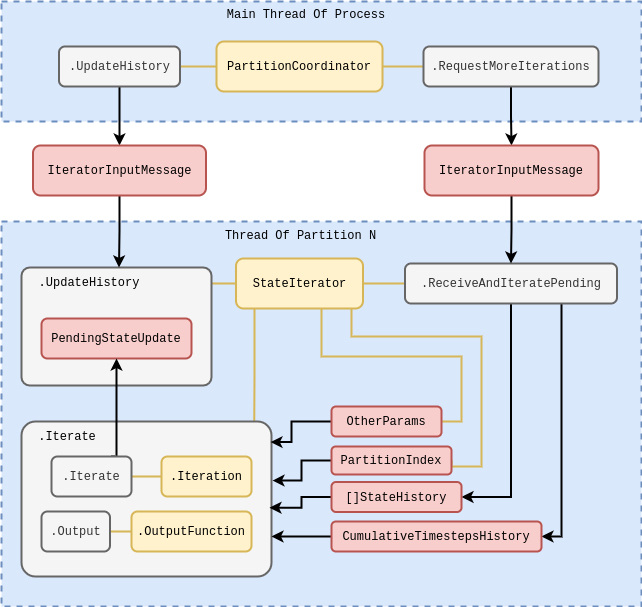
Above: assets/stochadexI/stochadexI-stochadex-loop.drawio.png in umbralcalc/umbralcalc.github.io (draw.io), before the change. Source tidied: cells renumbered, new cells last; positions are measured from the earlier drawing's top-left corner, leaving out a move shared by most shapes.
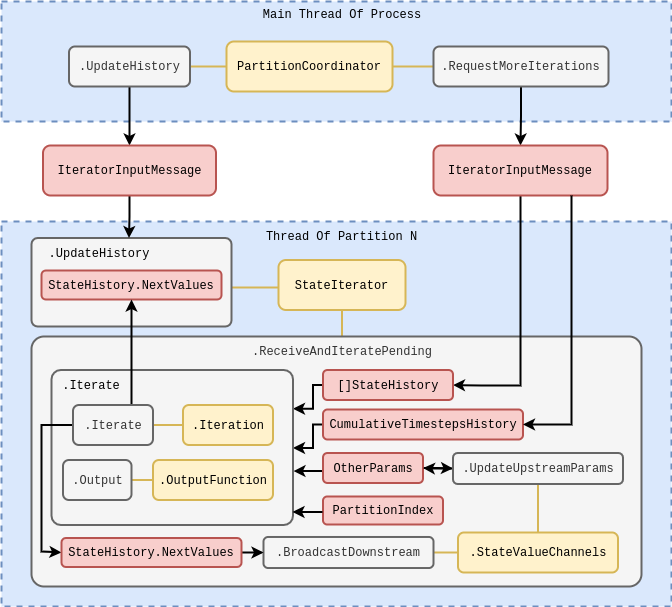
After the commit.

What changed in the source:
```diff
@@ -4,8 +4,8 @@
     <mxCell id="1" parent="0" />
-    <mxCell id="2" style="rounded=0;whiteSpace=wrap;html=1;dashed=1;strokeWidth=2;fillColor=#dae8fc;strokeColor=#6c8ebf;" parent="1" vertex="1">
-      <mxGeometry y="220" width="640" height="385" as="geometry" />
-    </mxCell>
-    <mxCell id="3" style="rounded=0;whiteSpace=wrap;html=1;dashed=1;strokeWidth=2;fillColor=#dae8fc;strokeColor=#6c8ebf;" parent="1" vertex="1">
-      <mxGeometry width="640" height="120" as="geometry" />
-    </mxCell>
+    <mxCell id="46" style="rounded=0;whiteSpace=wrap;html=1;dashed=1;strokeWidth=2;fillColor=#dae8fc;strokeColor=#6c8ebf;" parent="1" vertex="1">
+      <mxGeometry x="-10" y="220" width="670" height="385" as="geometry" />
+    </mxCell>
+    <mxCell id="47" style="rounded=0;whiteSpace=wrap;html=1;dashed=1;strokeWidth=2;fillColor=#dae8fc;strokeColor=#6c8ebf;" parent="1" vertex="1">
+      <mxGeometry x="-10" width="670" height="120" as="geometry" />
+    </mxCell>
     <mxCell id="4" value="&lt;font face=&quot;Courier New&quot;&gt;PartitionCoordinator&lt;/font&gt;" style="rounded=1;whiteSpace=wrap;html=1;fillColor=#fff2cc;strokeColor=#d6b656;strokeWidth=2;" parent="1" vertex="1">
@@ -13,5 +13,2 @@
     </mxCell>
-    <mxCell id="5" style="edgeStyle=orthogonalEdgeStyle;rounded=0;jettySize=auto;html=1;strokeWidth=2;" parent="1" edge="1" source="36" target="20">
-      <mxGeometry relative="1" as="geometry" />
-    </mxCell>
     <mxCell id="6" style="edgeStyle=orthogonalEdgeStyle;rounded=0;jettySize=auto;html=1;entryX=0.5;entryY=0;entryDx=0;entryDy=0;strokeWidth=2;" parent="1" edge="1" source="37" target="25">
@@ -20,3 +17,3 @@
     <mxCell id="7" value="&lt;font face=&quot;Courier New&quot;&gt;Main Thread Of Process&lt;/font&gt;" style="text;html=1;strokeColor=none;fillColor=none;align=center;verticalAlign=middle;whiteSpace=wrap;rounded=0;" parent="1" vertex="1">
-      <mxGeometry x="180" width="250" height="25" as="geometry" />
+      <mxGeometry x="205.5" width="250" height="25" as="geometry" />
     </mxCell>
@@ -28,71 +25,21 @@
     </mxCell>
-    <mxCell id="10" style="edgeStyle=orthogonalEdgeStyle;rounded=0;jettySize=auto;html=1;exitX=1;exitY=0.5;exitDx=0;exitDy=0;entryX=0;entryY=0.5;entryDx=0;entryDy=0;strokeWidth=2;endArrow=none;endFill=0;fillColor=#fff2cc;strokeColor=#d6b656;" parent="1" edge="1" source="15" target="18">
+    <mxCell id="10" style="edgeStyle=orthogonalEdgeStyle;rounded=0;jettySize=auto;html=1;exitX=0.5;exitY=1;exitDx=0;exitDy=0;entryX=0.5;entryY=0;entryDx=0;entryDy=0;strokeWidth=2;endArrow=none;endFill=0;fillColor=#fff2cc;strokeColor=#d6b656;" parent="1" edge="1" source="15" target="18">
       <mxGeometry relative="1" as="geometry" />
     </mxCell>
-    <mxCell id="11" style="edgeStyle=orthogonalEdgeStyle;rounded=0;jettySize=auto;html=1;strokeWidth=2;endArrow=none;endFill=0;fillColor=#fff2cc;strokeColor=#d6b656;entryX=0.931;entryY=0.007;entryDx=0;entryDy=0;entryPerimeter=0;" parent="1" edge="1" source="15" target="23">
-      <mxGeometry relative="1" as="geometry">
-        <Array as="points">
-          <mxPoint x="253" y="375" />
-          <mxPoint x="253" y="375" />
-        </Array>
-      </mxGeometry>
-    </mxCell>
-    <mxCell id="12" style="edgeStyle=orthogonalEdgeStyle;rounded=0;jettySize=auto;html=1;entryX=1;entryY=0.5;entryDx=0;entryDy=0;endArrow=none;endFill=0;strokeWidth=2;fillColor=#fff2cc;strokeColor=#d6b656;" parent="1" edge="1" source="15" target="27">
-      <mxGeometry relative="1" as="geometry">
-        <Array as="points">
-          <mxPoint x="320" y="355" />
-          <mxPoint x="460" y="355" />
-          <mxPoint x="460" y="420" />
-        </Array>
-      </mxGeometry>
-    </mxCell>
-    <mxCell id="13" style="edgeStyle=orthogonalEdgeStyle;rounded=0;jettySize=auto;html=1;entryX=1;entryY=0.5;entryDx=0;entryDy=0;strokeWidth=2;endArrow=none;endFill=0;fillColor=#fff2cc;strokeColor=#d6b656;" parent="1" edge="1" source="15" target="29">
-      <mxGeometry relative="1" as="geometry">
-        <Array as="points">
-          <mxPoint x="350" y="335" />
-          <mxPoint x="480" y="335" />
-          <mxPoint x="480" y="465" />
-          <mxPoint x="450" y="465" />
-        </Array>
-      </mxGeometry>
-    </mxCell>
-    <mxCell id="14" style="edgeStyle=orthogonalEdgeStyle;rounded=0;jettySize=auto;html=1;fillColor=#fff2cc;strokeColor=#d6b656;strokeWidth=2;endArrow=none;endFill=0;" parent="1" edge="1" source="15" target="22">
-      <mxGeometry relative="1" as="geometry">
-        <Array as="points">
-          <mxPoint x="230" y="282" />
-          <mxPoint x="230" y="282" />
-        </Array>
-      </mxGeometry>
-    </mxCell>
+    <mxCell id="48" style="edgeStyle=orthogonalEdgeStyle;rounded=0;jettySize=auto;html=1;fillColor=#fff2cc;strokeColor=#d6b656;strokeWidth=2;endArrow=none;endFill=0;exitX=0;exitY=0.5;exitDx=0;exitDy=0;" parent="1" edge="1" source="15" target="49">
+      <mxGeometry relative="1" as="geometry">
+        <Array as="points">
+          <mxPoint x="270" y="286" />
+        </Array>
+      </mxGeometry>
+    </mxCell>
     <mxCell id="15" value="&lt;font face=&quot;Courier New&quot;&gt;StateIterator&lt;/font&gt;" style="rounded=1;whiteSpace=wrap;html=1;fillColor=#fff2cc;strokeColor=#d6b656;strokeWidth=2;" parent="1" vertex="1">
-      <mxGeometry x="234.5" y="257" width="127" height="50" as="geometry" />
+      <mxGeometry x="267" y="258.5" width="127" height="50" as="geometry" />
     </mxCell>
-    <mxCell id="16" style="edgeStyle=orthogonalEdgeStyle;rounded=0;jettySize=auto;html=1;entryX=1;entryY=0.5;entryDx=0;entryDy=0;strokeWidth=2;" parent="1" edge="1" source="18" target="31">
-      <mxGeometry relative="1" as="geometry" />
-    </mxCell>
-    <mxCell id="17" style="edgeStyle=orthogonalEdgeStyle;rounded=0;jettySize=auto;html=1;entryX=1;entryY=0.5;entryDx=0;entryDy=0;strokeWidth=2;" parent="1" edge="1" source="18" target="33">
-      <mxGeometry relative="1" as="geometry">
-        <Array as="points">
-          <mxPoint x="560" y="535" />
-        </Array>
-      </mxGeometry>
-    </mxCell>
-    <mxCell id="18" value="&lt;font style=&quot;&quot; face=&quot;Courier New&quot;&gt;.ReceiveAndIteratePending&lt;/font&gt;" style="rounded=1;whiteSpace=wrap;html=1;strokeWidth=2;fillColor=#f5f5f5;fontColor=#333333;strokeColor=#666666;" parent="1" vertex="1">
-      <mxGeometry x="403.5" y="262" width="212" height="40" as="geometry" />
-    </mxCell>
-    <mxCell id="19" style="edgeStyle=orthogonalEdgeStyle;rounded=0;jettySize=auto;html=1;strokeWidth=2;" parent="1" edge="1" source="20" target="18">
-      <mxGeometry relative="1" as="geometry" />
-    </mxCell>
-    <mxCell id="20" value="&lt;font face=&quot;Courier New&quot;&gt;IteratorInputMessage&lt;/font&gt;" style="rounded=1;whiteSpace=wrap;html=1;fillColor=#f8cecc;strokeColor=#b85450;strokeWidth=2;" parent="1" vertex="1">
-      <mxGeometry x="423" y="144" width="174" height="50" as="geometry" />
-    </mxCell>
     <mxCell id="21" value="&lt;font face=&quot;Courier New&quot;&gt;Thread Of Partition N&lt;/font&gt;" style="text;html=1;strokeColor=none;fillColor=none;align=center;verticalAlign=middle;whiteSpace=wrap;rounded=0;" parent="1" vertex="1">
-      <mxGeometry x="218" y="218.5" width="163" height="30" as="geometry" />
+      <mxGeometry x="249" y="220" width="163" height="30" as="geometry" />
     </mxCell>
-    <mxCell id="22" style="rounded=1;whiteSpace=wrap;html=1;strokeWidth=2;fillColor=#f5f5f5;fontColor=#333333;strokeColor=#666666;arcSize=7;" parent="1" vertex="1">
-      <mxGeometry x="20" y="266" width="190" height="118" as="geometry" />
-    </mxCell>
-    <mxCell id="23" style="rounded=1;whiteSpace=wrap;html=1;strokeWidth=2;fillColor=#f5f5f5;strokeColor=#666666;fontColor=#333333;arcSize=9;" parent="1" vertex="1">
-      <mxGeometry x="20" y="420" width="250" height="155" as="geometry" />
-    </mxCell>
+    <mxCell id="49" style="rounded=1;whiteSpace=wrap;html=1;strokeWidth=2;fillColor=#f5f5f5;fontColor=#333333;strokeColor=#666666;arcSize=7;" parent="1" vertex="1">
+      <mxGeometry x="20" y="236.5" width="200" height="88.5" as="geometry" />
+    </mxCell>
     <mxCell id="24" style="edgeStyle=orthogonalEdgeStyle;rounded=0;jettySize=auto;html=1;strokeWidth=2;entryX=1;entryY=0;entryDx=0;entryDy=0;" parent="1" edge="1" source="25" target="35">
@@ -103,44 +50,11 @@
     </mxCell>
-    <mxCell id="26" style="edgeStyle=orthogonalEdgeStyle;rounded=0;jettySize=auto;html=1;exitX=0;exitY=0.5;exitDx=0;exitDy=0;entryX=0.996;entryY=0.133;entryDx=0;entryDy=0;strokeWidth=2;entryPerimeter=0;" parent="1" edge="1" source="27" target="23">
-      <mxGeometry relative="1" as="geometry">
-        <Array as="points">
-          <mxPoint x="290" y="420" />
-          <mxPoint x="290" y="441" />
-        </Array>
-      </mxGeometry>
-    </mxCell>
-    <mxCell id="27" value="&lt;font face=&quot;Courier New&quot;&gt;OtherParams&lt;/font&gt;" style="rounded=1;whiteSpace=wrap;html=1;fillColor=#f8cecc;strokeColor=#b85450;strokeWidth=2;" parent="1" vertex="1">
-      <mxGeometry x="330" y="405" width="110" height="30" as="geometry" />
-    </mxCell>
-    <mxCell id="28" style="edgeStyle=orthogonalEdgeStyle;rounded=0;jettySize=auto;html=1;strokeWidth=2;exitX=0;exitY=0.5;exitDx=0;exitDy=0;entryX=1.004;entryY=0.381;entryDx=0;entryDy=0;entryPerimeter=0;" parent="1" edge="1" source="29" target="23">
-      <mxGeometry relative="1" as="geometry">
-        <Array as="points">
-          <mxPoint x="300" y="459" />
-          <mxPoint x="300" y="479" />
-        </Array>
-      </mxGeometry>
-    </mxCell>
-    <mxCell id="29" value="&lt;font face=&quot;Courier New&quot;&gt;PartitionIndex&lt;/font&gt;" style="rounded=1;whiteSpace=wrap;html=1;fillColor=#f8cecc;strokeColor=#b85450;strokeWidth=2;" parent="1" vertex="1">
-      <mxGeometry x="330" y="445" width="120" height="28" as="geometry" />
-    </mxCell>
-    <mxCell id="30" style="edgeStyle=orthogonalEdgeStyle;rounded=0;jettySize=auto;html=1;entryX=0.992;entryY=0.556;entryDx=0;entryDy=0;entryPerimeter=0;strokeWidth=2;" parent="1" edge="1" source="31" target="23">
-      <mxGeometry relative="1" as="geometry" />
-    </mxCell>
-    <mxCell id="31" value="&lt;font face=&quot;Courier New&quot;&gt;[]StateHistory&lt;/font&gt;" style="rounded=1;whiteSpace=wrap;html=1;fillColor=#f8cecc;strokeColor=#b85450;strokeWidth=2;" parent="1" vertex="1">
-      <mxGeometry x="330" y="480.5" width="130" height="30" as="geometry" />
-    </mxCell>
-    <mxCell id="32" style="edgeStyle=orthogonalEdgeStyle;rounded=0;jettySize=auto;html=1;strokeWidth=2;" parent="1" edge="1" source="33">
-      <mxGeometry relative="1" as="geometry">
-        <mxPoint x="270" y="535" as="targetPoint" />
-      </mxGeometry>
-    </mxCell>
-    <mxCell id="33" value="&lt;span style=&quot;font-family: &amp;quot;Courier New&amp;quot;;&quot;&gt;CumulativeTimestepsHistory&lt;/span&gt;" style="rounded=1;whiteSpace=wrap;html=1;fillColor=#f8cecc;strokeColor=#b85450;strokeWidth=2;" parent="1" vertex="1">
-      <mxGeometry x="330" y="520" width="210" height="30" as="geometry" />
-    </mxCell>
-    <mxCell id="34" value="&lt;font face=&quot;Courier New&quot;&gt;PendingStateUpdate&lt;/font&gt;" style="rounded=1;whiteSpace=wrap;html=1;fillColor=#f8cecc;strokeColor=#b85450;strokeWidth=2;" parent="1" vertex="1">
-      <mxGeometry x="40" y="317" width="150" height="40" as="geometry" />
-    </mxCell>
+    <mxCell id="50" value="&lt;font face=&quot;Courier New&quot;&gt;StateHistory.NextValues&lt;/font&gt;" style="rounded=1;whiteSpace=wrap;html=1;fillColor=#f8cecc;strokeColor=#b85450;strokeWidth=2;" parent="1" vertex="1">
+      <mxGeometry x="30" y="269" width="180" height="29" as="geometry" />
+    </mxCell>
     <mxCell id="35" value="&lt;font face=&quot;Courier New&quot;&gt;.UpdateHistory&lt;/font&gt;" style="text;html=1;strokeColor=none;fillColor=none;align=center;verticalAlign=middle;whiteSpace=wrap;rounded=0;" parent="1" vertex="1">
-      <mxGeometry x="57.5" y="266" width="60" height="30" as="geometry" />
+      <mxGeometry x="57.5" y="236.5" width="60" height="30" as="geometry" />
     </mxCell>
+    <mxCell id="5" style="edgeStyle=orthogonalEdgeStyle;rounded=0;jettySize=auto;html=1;strokeWidth=2;" parent="1" edge="1" source="36" target="20">
+      <mxGeometry relative="1" as="geometry" />
+    </mxCell>
     <mxCell id="36" value="&lt;font style=&quot;&quot; face=&quot;Courier New&quot;&gt;.RequestMoreIterations&lt;/font&gt;" style="rounded=1;whiteSpace=wrap;html=1;strokeWidth=2;fillColor=#f5f5f5;fontColor=#333333;strokeColor=#666666;" parent="1" vertex="1">
@@ -151,4 +65,82 @@
     </mxCell>
+    <mxCell id="51" style="rounded=1;whiteSpace=wrap;html=1;strokeWidth=2;fillColor=#f5f5f5;strokeColor=#666666;fontColor=#333333;arcSize=5;" parent="1" vertex="1">
+      <mxGeometry x="20" y="335" width="610" height="250" as="geometry" />
+    </mxCell>
+    <mxCell id="18" value="&lt;span style=&quot;color: rgb(51, 51, 51); font-family: &amp;quot;Courier New&amp;quot;;&quot;&gt;.ReceiveAndIteratePending&lt;/span&gt;" style="text;html=1;strokeColor=none;fillColor=none;align=center;verticalAlign=middle;whiteSpace=wrap;rounded=0;" parent="1" vertex="1">
+      <mxGeometry x="240.5" y="335" width="180" height="30" as="geometry" />
+    </mxCell>
+    <mxCell id="52" style="edgeStyle=orthogonalEdgeStyle;rounded=0;jettySize=auto;html=1;entryX=1;entryY=0.5;entryDx=0;entryDy=0;strokeWidth=2;exitX=0.5;exitY=1;exitDx=0;exitDy=0;" parent="1" edge="1" source="20" target="31">
+      <mxGeometry relative="1" as="geometry">
+        <Array as="points">
+          <mxPoint x="509" y="384" />
+          <mxPoint x="470" y="384" />
+        </Array>
+      </mxGeometry>
+    </mxCell>
+    <mxCell id="20" value="&lt;font face=&quot;Courier New&quot;&gt;IteratorInputMessage&lt;/font&gt;" style="rounded=1;whiteSpace=wrap;html=1;fillColor=#f8cecc;strokeColor=#b85450;strokeWidth=2;" parent="1" vertex="1">
+      <mxGeometry x="422" y="144" width="174" height="50" as="geometry" />
+    </mxCell>
+    <mxCell id="53" style="edgeStyle=orthogonalEdgeStyle;rounded=0;jettySize=auto;html=1;entryX=1;entryY=0.25;entryDx=0;entryDy=0;strokeWidth=2;" parent="1" edge="1" source="31" target="62">
+      <mxGeometry relative="1" as="geometry">
+        <Array as="points">
+          <mxPoint x="301.5" y="383.5" />
+          <mxPoint x="301.5" y="407.5" />
+        </Array>
+      </mxGeometry>
+    </mxCell>
+    <mxCell id="31" value="&lt;font face=&quot;Courier New&quot;&gt;[]StateHistory&lt;/font&gt;" style="rounded=1;whiteSpace=wrap;html=1;fillColor=#f8cecc;strokeColor=#b85450;strokeWidth=2;" parent="1" vertex="1">
+      <mxGeometry x="311.5" y="368.5" width="130" height="30" as="geometry" />
+    </mxCell>
+    <mxCell id="54" style="edgeStyle=orthogonalEdgeStyle;rounded=0;jettySize=auto;html=1;strokeWidth=2;" parent="1" edge="1" source="33" target="62">
+      <mxGeometry relative="1" as="geometry">
+        <Array as="points">
+          <mxPoint x="301.5" y="423.5" />
+          <mxPoint x="301.5" y="446.5" />
+        </Array>
+      </mxGeometry>
+    </mxCell>
+    <mxCell id="33" value="&lt;span style=&quot;font-family: &amp;quot;Courier New&amp;quot;;&quot;&gt;CumulativeTimestepsHistory&lt;/span&gt;" style="rounded=1;whiteSpace=wrap;html=1;fillColor=#f8cecc;strokeColor=#b85450;strokeWidth=2;" parent="1" vertex="1">
+      <mxGeometry x="311.5" y="408" width="200" height="30" as="geometry" />
+    </mxCell>
+    <mxCell id="55" style="edgeStyle=orthogonalEdgeStyle;rounded=0;jettySize=auto;html=1;strokeWidth=2;entryX=1.002;entryY=0.652;entryDx=0;entryDy=0;entryPerimeter=0;" parent="1" edge="1" source="27" target="62">
+      <mxGeometry relative="1" as="geometry">
+        <Array as="points">
+          <mxPoint x="292" y="470.5" />
+        </Array>
+      </mxGeometry>
+    </mxCell>
+    <mxCell id="56" style="edgeStyle=orthogonalEdgeStyle;rounded=0;jettySize=auto;html=1;strokeWidth=2;" parent="1" edge="1" source="27" target="61">
+      <mxGeometry relative="1" as="geometry" />
+    </mxCell>
+    <mxCell id="27" value="&lt;font face=&quot;Courier New&quot;&gt;OtherParams&lt;/font&gt;" style="rounded=1;whiteSpace=wrap;html=1;fillColor=#f8cecc;strokeColor=#b85450;strokeWidth=2;" parent="1" vertex="1">
+      <mxGeometry x="311.5" y="451.5" width="100" height="30" as="geometry" />
+    </mxCell>
+    <mxCell id="57" style="edgeStyle=orthogonalEdgeStyle;rounded=0;jettySize=auto;html=1;entryX=1;entryY=0.5;entryDx=0;entryDy=0;strokeWidth=2;" parent="1" edge="1" source="61" target="27">
+      <mxGeometry relative="1" as="geometry" />
+    </mxCell>
+    <mxCell id="58" style="edgeStyle=orthogonalEdgeStyle;rounded=0;jettySize=auto;html=1;entryX=0.5;entryY=1;entryDx=0;entryDy=0;strokeWidth=2;endArrow=none;endFill=0;strokeColor=#D6B656;" parent="1" edge="1" source="60" target="61">
+      <mxGeometry relative="1" as="geometry" />
+    </mxCell>
+    <mxCell id="59" style="edgeStyle=orthogonalEdgeStyle;rounded=0;jettySize=auto;html=1;entryX=1;entryY=0.5;entryDx=0;entryDy=0;strokeWidth=2;endArrow=none;endFill=0;strokeColor=#D6B656;" parent="1" edge="1" source="60" target="67">
+      <mxGeometry relative="1" as="geometry">
+        <Array as="points">
+          <mxPoint x="330" y="551" />
+          <mxPoint x="330" y="551" />
+        </Array>
+      </mxGeometry>
+    </mxCell>
+    <mxCell id="60" value="&lt;font style=&quot;&quot; face=&quot;Courier New&quot;&gt;.StateValueChannels&lt;/font&gt;" style="rounded=1;whiteSpace=wrap;html=1;strokeWidth=2;fillColor=#fff2cc;strokeColor=#d6b656;" parent="1" vertex="1">
+      <mxGeometry x="446.5" y="531" width="160" height="40" as="geometry" />
+    </mxCell>
+    <mxCell id="61" value="&lt;font style=&quot;&quot; face=&quot;Courier New&quot;&gt;.UpdateUpstreamParams&lt;/font&gt;" style="rounded=1;whiteSpace=wrap;html=1;strokeWidth=2;fillColor=#f5f5f5;fontColor=#333333;strokeColor=#666666;" parent="1" vertex="1">
+      <mxGeometry x="441.5" y="451.5" width="170" height="31" as="geometry" />
+    </mxCell>
+    <mxCell id="29" value="&lt;font face=&quot;Courier New&quot;&gt;PartitionIndex&lt;/font&gt;" style="rounded=1;whiteSpace=wrap;html=1;fillColor=#f8cecc;strokeColor=#b85450;strokeWidth=2;" parent="1" vertex="1">
+      <mxGeometry x="311.5" y="495" width="120" height="28" as="geometry" />
+    </mxCell>
+    <mxCell id="62" style="rounded=1;whiteSpace=wrap;html=1;strokeWidth=2;fillColor=#f5f5f5;strokeColor=#666666;fontColor=#333333;arcSize=6;" parent="1" vertex="1">
+      <mxGeometry x="40" y="368.5" width="241.5" height="155" as="geometry" />
+    </mxCell>
     <mxCell id="38" value="&lt;font face=&quot;Courier New&quot;&gt;.Iterate&lt;/font&gt;" style="text;html=1;strokeColor=none;fillColor=none;align=center;verticalAlign=middle;whiteSpace=wrap;rounded=0;" parent="1" vertex="1">
-      <mxGeometry x="35.5" y="420" width="60" height="30" as="geometry" />
+      <mxGeometry x="50" y="368.5" width="60" height="30" as="geometry" />
     </mxCell>
@@ -158,13 +150,6 @@
     <mxCell id="40" value="&lt;font style=&quot;&quot; face=&quot;Courier New&quot;&gt;.Iteration&lt;/font&gt;" style="rounded=1;whiteSpace=wrap;html=1;strokeWidth=2;fillColor=#fff2cc;strokeColor=#d6b656;" parent="1" vertex="1">
-      <mxGeometry x="160" y="455" width="90" height="40" as="geometry" />
+      <mxGeometry x="171.5" y="403.5" width="90" height="40" as="geometry" />
     </mxCell>
-    <mxCell id="41" style="edgeStyle=orthogonalEdgeStyle;rounded=0;jettySize=auto;html=1;entryX=0.5;entryY=1;entryDx=0;entryDy=0;strokeWidth=2;exitX=0.75;exitY=0;exitDx=0;exitDy=0;" parent="1" edge="1" source="45" target="34">
-      <mxGeometry relative="1" as="geometry">
-        <Array as="points">
-          <mxPoint x="115" y="455" />
-        </Array>
-      </mxGeometry>
-    </mxCell>
     <mxCell id="42" value="&lt;font style=&quot;&quot; face=&quot;Courier New&quot;&gt;.OutputFunction&lt;/font&gt;" style="rounded=1;whiteSpace=wrap;html=1;strokeWidth=2;fillColor=#fff2cc;strokeColor=#d6b656;" parent="1" vertex="1">
-      <mxGeometry x="130" y="510" width="120" height="40" as="geometry" />
+      <mxGeometry x="141.5" y="458.5" width="120" height="40" as="geometry" />
     </mxCell>
@@ -174,7 +159,50 @@
     <mxCell id="44" value="&lt;font style=&quot;&quot; face=&quot;Courier New&quot;&gt;.Output&lt;/font&gt;" style="rounded=1;whiteSpace=wrap;html=1;strokeWidth=2;fillColor=#f5f5f5;fontColor=#333333;strokeColor=#666666;" parent="1" vertex="1">
-      <mxGeometry x="40" y="510" width="68.5" height="40" as="geometry" />
+      <mxGeometry x="51.5" y="458.5" width="68.5" height="40" as="geometry" />
     </mxCell>
+    <mxCell id="63" style="edgeStyle=orthogonalEdgeStyle;rounded=0;jettySize=auto;html=1;entryX=0.5;entryY=1;entryDx=0;entryDy=0;strokeWidth=2;" parent="1" edge="1" source="45" target="50">
+      <mxGeometry relative="1" as="geometry">
+        <Array as="points">
+          <mxPoint x="120" y="345" />
+          <mxPoint x="120" y="345" />
+        </Array>
+      </mxGeometry>
+    </mxCell>
+    <mxCell id="64" style="edgeStyle=orthogonalEdgeStyle;rounded=0;jettySize=auto;html=1;entryX=0;entryY=0.5;entryDx=0;entryDy=0;strokeWidth=2;" parent="1" edge="1" source="45" target="69">
+      <mxGeometry relative="1" as="geometry">
+        <Array as="points">
+          <mxPoint x="30" y="424" />
+          <mxPoint x="30" y="550" />
+        </Array>
+      </mxGeometry>
+    </mxCell>
     <mxCell id="45" value="&lt;font style=&quot;&quot; face=&quot;Courier New&quot;&gt;.Iterate&lt;/font&gt;" style="rounded=1;whiteSpace=wrap;html=1;strokeWidth=2;fillColor=#f5f5f5;fontColor=#333333;strokeColor=#666666;" parent="1" vertex="1">
-      <mxGeometry x="50" y="455" width="80" height="40" as="geometry" />
+      <mxGeometry x="61.5" y="403.5" width="80" height="40" as="geometry" />
     </mxCell>
+    <mxCell id="65" style="edgeStyle=orthogonalEdgeStyle;rounded=0;jettySize=auto;html=1;entryX=0.998;entryY=0.916;entryDx=0;entryDy=0;entryPerimeter=0;strokeWidth=2;" parent="1" edge="1" target="62">
+      <mxGeometry relative="1" as="geometry">
+        <mxPoint x="310" y="510.5" as="sourcePoint" />
+        <Array as="points">
+          <mxPoint x="310" y="509.5" />
+          <mxPoint x="310" y="510.5" />
+        </Array>
+      </mxGeometry>
+    </mxCell>
+    <mxCell id="66" style="edgeStyle=orthogonalEdgeStyle;rounded=0;jettySize=auto;html=1;entryX=1;entryY=0.5;entryDx=0;entryDy=0;strokeWidth=2;" parent="1" edge="1" target="33">
+      <mxGeometry relative="1" as="geometry">
+        <mxPoint x="560" y="194" as="sourcePoint" />
+        <Array as="points">
+          <mxPoint x="560" y="194" />
+          <mxPoint x="560" y="423" />
+        </Array>
+      </mxGeometry>
+    </mxCell>
+    <mxCell id="67" value="&lt;font style=&quot;&quot; face=&quot;Courier New&quot;&gt;.BroadcastDownstream&lt;/font&gt;" style="rounded=1;whiteSpace=wrap;html=1;strokeWidth=2;fillColor=#f5f5f5;fontColor=#333333;strokeColor=#666666;" parent="1" vertex="1">
+      <mxGeometry x="252" y="535.5" width="170" height="31" as="geometry" />
+    </mxCell>
+    <mxCell id="68" style="edgeStyle=orthogonalEdgeStyle;rounded=0;jettySize=auto;html=1;entryX=0;entryY=0.5;entryDx=0;entryDy=0;strokeWidth=2;" parent="1" edge="1" source="69" target="67">
+      <mxGeometry relative="1" as="geometry" />
+    </mxCell>
+    <mxCell id="69" value="&lt;font face=&quot;Courier New&quot;&gt;StateHistory.NextValues&lt;/font&gt;" style="rounded=1;whiteSpace=wrap;html=1;fillColor=#f8cecc;strokeColor=#b85450;strokeWidth=2;" parent="1" vertex="1">
+      <mxGeometry x="50" y="536.5" width="180" height="29" as="geometry" />
+    </mxCell>
   </root>
```
